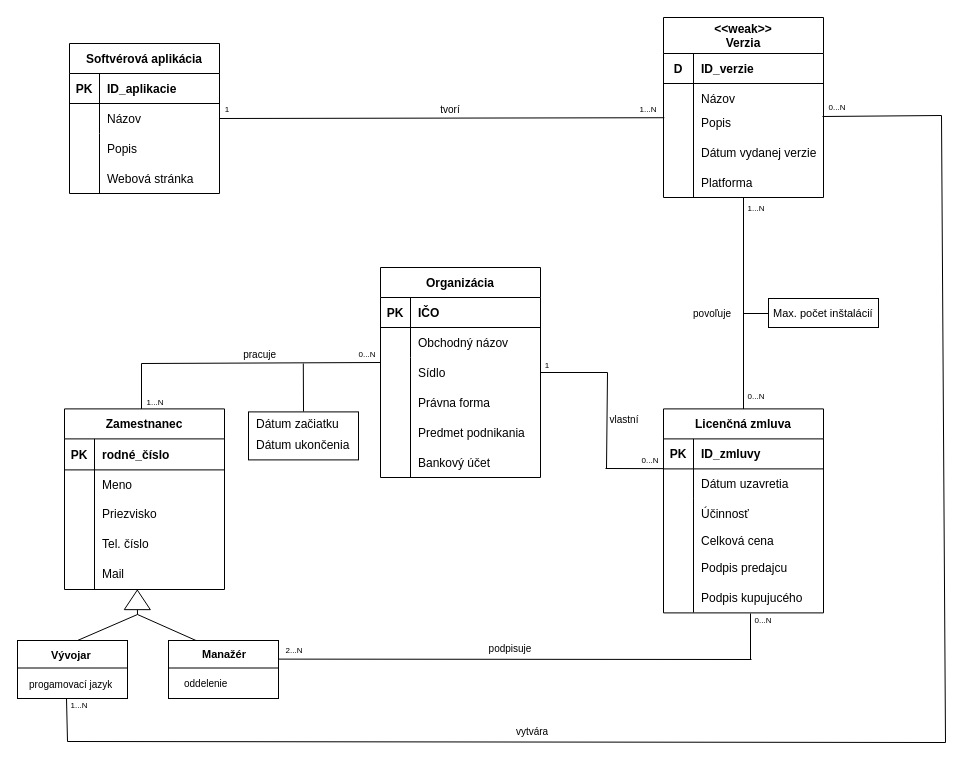
The draw.io diagram First part/ER_IDS.drawio in adamgabry/Database-System-for-license-handling, before the edit. Source tidied: cells renumbered, new cells numbered last; positions are measured from the earlier drawing's top-left corner, leaving out a move shared by most shapes. Both pictures are drawn from the tidied source at 100%, with x=0, y=0 at pixel (17, 17).
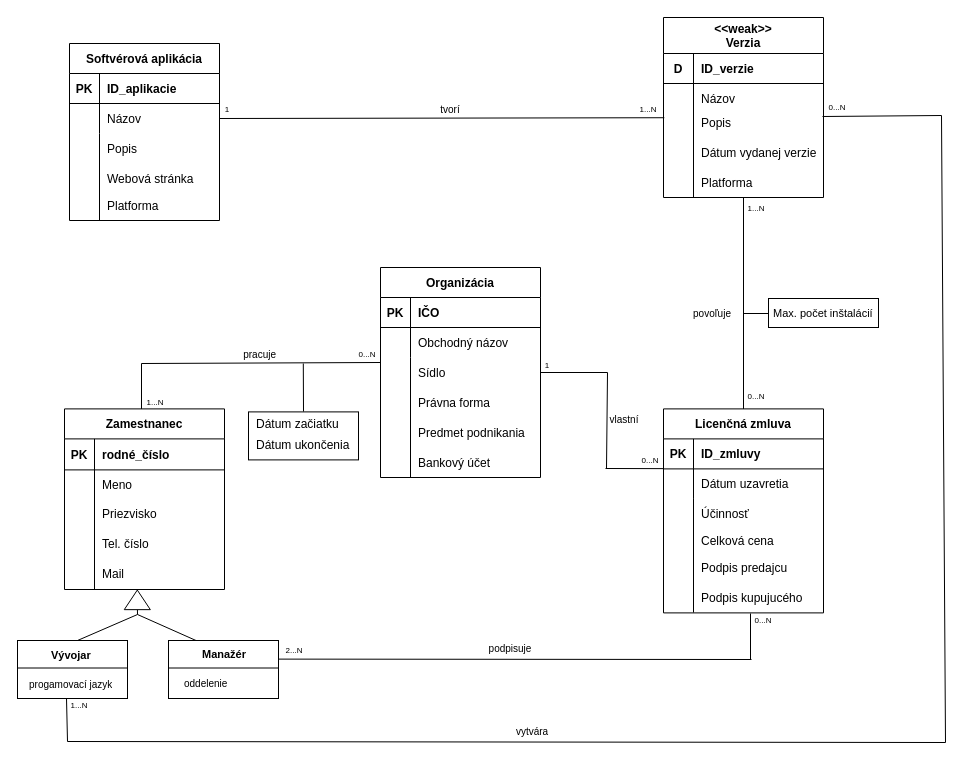
The same page after the edit.

Commit message (it also covers changes not shown here):
feat: added platform at SW application

The edit, as a diff of the source:
```diff
@@
     <mxCell id="2" value="Softvérová aplikácia" style="shape=table;startSize=30;childLayout=tableLayout;rowLines=0;fontStyle=1;align=center;" parent="1" vertex="1">
-      <mxGeometry x="52" y="26" width="150" height="150" as="geometry" />
+      <mxGeometry x="52" y="26" width="150" height="177" as="geometry" />
     </mxCell>
@@
     <mxCell id="103" style="endArrow=none;html=1;rounded=0;fontSize=8;" parent="1" edge="1">
       <mxGeometry relative="1" as="geometry">
-        <mxPoint x="82" y="176" as="sourcePoint" />
+        <mxPoint x="82" y="203" as="sourcePoint" />
         <mxPoint x="82" y="116" as="targetPoint" />
       </mxGeometry>
     </mxCell>
@@
+    <mxCell id="108" value="Platforma" style="shape=partialRectangle;overflow=hidden;fillColor=none;top=0;left=0;bottom=0;right=0;align=left;spacingLeft=6;" parent="1" vertex="1">
+      <mxGeometry x="82" y="173" width="100" height="30" as="geometry" />
+    </mxCell>
```
